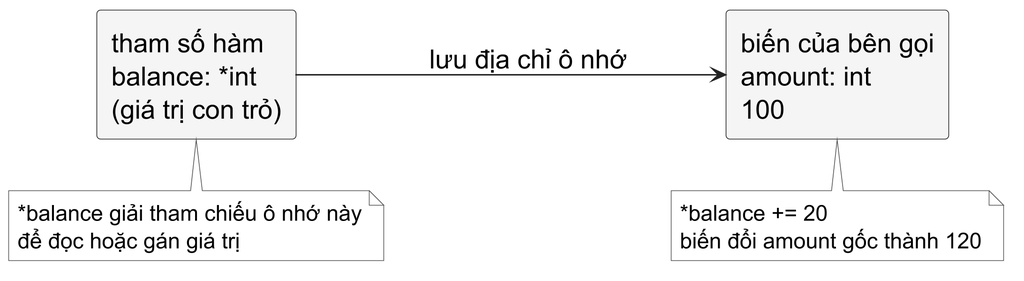
Above: assets/diagrams/pointer-pointee.png in Minhlike/Golang (PlantUML), before the change.
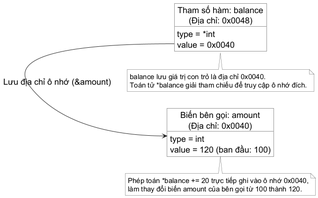
The same diagram one commit later.

What changed in the source:
```diff
@@ -1,28 +1,42 @@
 @startuml
-skinparamlocked dpi 300
 skinparam backgroundColor white
 skinparam shadowing false
 skinparam defaultFontName "Source Sans 3"
 skinparam defaultFontSize 18
 skinparam defaultFontColor #000000
-skinparam rectangle {
-  BackgroundColor #F5F5F5
+skinparam arrowColor #222222
+skinparam object {
+  BackgroundColor #FFFFFF
   BorderColor #222222
   FontColor #000000
-  RoundCorner 5
 }
-skinparam arrowColor #222222
 skinparam note {
   BackgroundColor #FFFFFF
   BorderColor #555555
   FontColor #000000
-  FontName "Source Sans 3"
   FontSize 15
 }
 left to right direction
-rectangle "biến của bên gọi\namount: int\n100" as amount
-rectangle "tham số hàm\nbalance: *int\n(giá trị con trỏ)" as pointer
-pointer --> amount : lưu địa chỉ ô nhớ
-note bottom of pointer : ~*balance giải tham chiếu ô nhớ này\nđể đọc hoặc gán giá trị
-note bottom of amount : ~*balance += 20\nbiến đổi amount gốc thành 120
+
+object "Biến bên gọi: amount\n(Địa chỉ: 0x0040)" as amount {
+  type = int
+  value = 120 (ban đầu: 100)
+}
+
+object "Tham số hàm: balance\n(Địa chỉ: 0x0048)" as pointer {
+  type = *int
+  value = 0x0040
+}
+
+pointer::value -right-> amount : Lưu địa chỉ ô nhớ (&amount)
+
+note bottom of pointer
+  balance lưu giá trị con trỏ là địa chỉ 0x0040.
+  Toán tử *balance giải tham chiếu để truy cập ô nhớ đích.
+end note
+
+note bottom of amount
+  Phép toán *balance += 20 trực tiếp ghi vào ô nhớ 0x0040,
+  làm thay đổi biến amount của bên gọi từ 100 thành 120.
+end note
 @enduml
```
